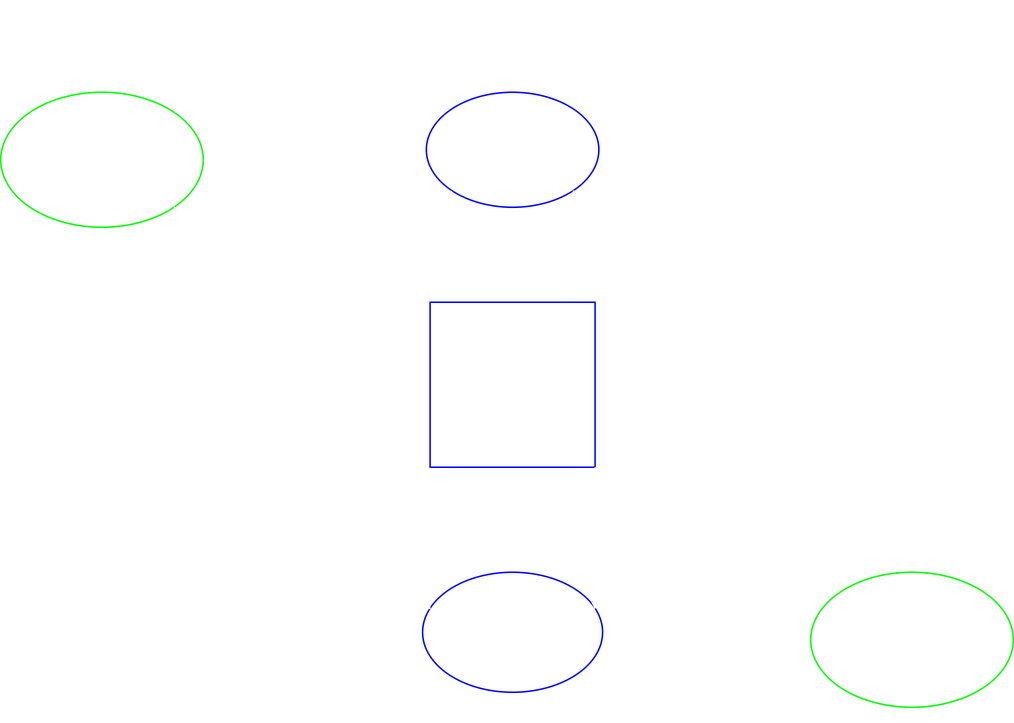
DevilishSasuke/masters_study keeps this draw.io diagram as smart_spaces/smart_spaces_scenario_2.png. Above is the earlier version. Source tidied: cells renumbered, new cells last; positions are measured from the earlier drawing's top-left corner, leaving out a move shared by most shapes.
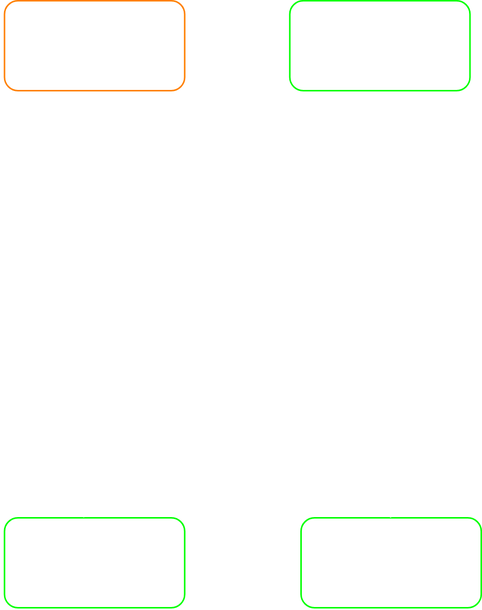
The same diagram one commit later.

Commit message:
reworked part 1 and 2 smart spaces

Change to the diagram source:
```diff
@@ -2,90 +2,68 @@
   <root>
     <mxCell id="0" />
     <mxCell id="1" parent="0" />
-    <mxCell id="2" style="ellipse;whiteSpace=wrap;html=1;fillColor=none;perimeterSpacing=1;" parent="1" vertex="1">
-      <mxGeometry x="220" y="30" width="242.4" height="440" as="geometry" />
-    </mxCell>
-    <mxCell id="3" value="&lt;font style=&quot;font-size: 18px;&quot;&gt;Система мониторинга дорожного покрытия&lt;/font&gt;" style="whiteSpace=wrap;html=1;fillColor=none;strokeColor=light-dark(#000000,#0000FF);" parent="1" vertex="1">
-      <mxGeometry x="286.2" y="190" width="110" height="110" as="geometry" />
+    <mxCell id="3" value="&lt;font style=&quot;font-size: 16px;&quot;&gt;Система мониторинга дорожного покрытия&lt;/font&gt;" style="ellipse;whiteSpace=wrap;html=1;fillColor=none;strokeColor=light-dark(#000000,#FFFFFF);" parent="1" vertex="1">
+      <mxGeometry x="10" y="90" width="292.5" height="195" as="geometry" />
     </mxCell>
-    <mxCell id="4" value="&lt;font style=&quot;font-size: 20px;&quot;&gt;Облачная система&lt;/font&gt;" style="ellipse;whiteSpace=wrap;html=1;fillColor=none;strokeColor=light-dark(#000000,#0000FF);" parent="1" vertex="1">
-      <mxGeometry x="283.7" y="50" width="115" height="76.7" as="geometry" />
-    </mxCell>
-    <mxCell id="5" style="edgeStyle=orthogonalEdgeStyle;rounded=0;jettySize=auto;html=1;exitX=0.136;exitY=-0.011;exitDx=0;exitDy=0;entryX=0;entryY=1;entryDx=0;entryDy=0;exitPerimeter=0;" parent="1" edge="1" source="3" target="4">
-      <mxGeometry relative="1" as="geometry" />
-    </mxCell>
-    <mxCell id="6" style="edgeStyle=orthogonalEdgeStyle;rounded=0;jettySize=auto;html=1;exitX=1;exitY=1;exitDx=0;exitDy=0;entryX=0.869;entryY=-0.003;entryDx=0;entryDy=0;entryPerimeter=0;" parent="1" edge="1" source="4" target="3">
-      <mxGeometry relative="1" as="geometry" />
-    </mxCell>
+    <mxCell id="28" style="edgeStyle=orthogonalEdgeStyle;rounded=0;jettySize=auto;html=1;" parent="1" edge="1" target="10">
+      <mxGeometry relative="1" as="geometry">
+        <mxPoint x="132.5" y="20" as="sourcePoint" />
+      </mxGeometry>
+    </mxCell>
+    <mxCell id="23" value="&lt;font style=&quot;font-size: 25px;&quot;&gt;2&lt;/font&gt;" style="text;html=1;whiteSpace=wrap;strokeColor=none;fillColor=none;align=center;verticalAlign=middle;rounded=0;" parent="1" vertex="1">
+      <mxGeometry x="132.5" y="-10" width="60" height="30" as="geometry" />
+    </mxCell>
+    <mxCell id="29" style="endArrow=classic;html=1;rounded=0;" parent="1" edge="1" source="3" target="10">
+      <mxGeometry relative="1" as="geometry" />
+    </mxCell>
+    <mxCell id="30" style="edgeStyle=orthogonalEdgeStyle;rounded=0;jettySize=auto;html=1;entryX=0.5;entryY=1;entryDx=0;entryDy=0;" parent="1" edge="1" source="7" target="3">
+      <mxGeometry relative="1" as="geometry">
+        <Array as="points">
+          <mxPoint x="156" y="370" />
+          <mxPoint x="156" y="313" />
+        </Array>
+      </mxGeometry>
+    </mxCell>
-    <mxCell id="7" value="&lt;font style=&quot;font-size: 20px;&quot;&gt;Аналитика данных&lt;/font&gt;" style="ellipse;whiteSpace=wrap;html=1;fillColor=none;strokeColor=light-dark(#000000,#0000FF);" parent="1" vertex="1">
-      <mxGeometry x="281.2" y="370" width="120" height="80" as="geometry" />
+    <mxCell id="7" value="&lt;font style=&quot;font-size: 18px;&quot;&gt;Аналитика данных&lt;/font&gt;" style="rounded=1;whiteSpace=wrap;html=1;strokeColor=light-dark(#000000,#00FF00);fillColor=none;" parent="1" vertex="1">
+      <mxGeometry x="12.5" y="335" width="120" height="60" as="geometry" />
     </mxCell>
-    <mxCell id="8" style="edgeStyle=orthogonalEdgeStyle;rounded=0;jettySize=auto;html=1;exitX=0.957;exitY=0.308;exitDx=0;exitDy=0;entryX=1;entryY=1;entryDx=0;entryDy=0;startArrow=classic;startFill=1;endArrow=none;endFill=0;exitPerimeter=0;" parent="1" edge="1" source="7" target="3">
-      <mxGeometry relative="1" as="geometry" />
-    </mxCell>
-    <mxCell id="9" style="edgeStyle=orthogonalEdgeStyle;rounded=0;jettySize=auto;html=1;exitX=0.04;exitY=0.306;exitDx=0;exitDy=0;entryX=0;entryY=1;entryDx=0;entryDy=0;exitPerimeter=0;" parent="1" edge="1" source="7" target="3">
-      <mxGeometry relative="1" as="geometry" />
-    </mxCell>
+    <mxCell id="31" style="edgeStyle=orthogonalEdgeStyle;rounded=0;jettySize=auto;html=1;entryX=0.44;entryY=0;entryDx=0;entryDy=0;entryPerimeter=0;" parent="1" edge="1" source="3" target="7">
+      <mxGeometry relative="1" as="geometry">
+        <Array as="points">
+          <mxPoint x="65" y="310" />
+          <mxPoint x="65" y="310" />
+        </Array>
+      </mxGeometry>
+    </mxCell>
+    <mxCell id="13" value="&lt;font style=&quot;font-size: 25px;&quot;&gt;4&lt;/font&gt;" style="text;html=1;whiteSpace=wrap;strokeColor=none;fillColor=none;align=center;verticalAlign=middle;rounded=0;" parent="1" vertex="1">
+      <mxGeometry x="50" y="285" width="60" height="30" as="geometry" />
+    </mxCell>
+    <mxCell id="15" value="&lt;font style=&quot;font-size: 25px;&quot;&gt;5&lt;/font&gt;" style="text;html=1;whiteSpace=wrap;strokeColor=none;fillColor=none;align=center;verticalAlign=middle;rounded=0;" parent="1" vertex="1">
+      <mxGeometry x="140" y="315" width="60" height="30" as="geometry" />
+    </mxCell>
+    <mxCell id="32" value="&lt;span style=&quot;font-size: 15px;&quot;&gt;Интерактивная карта дефектов&lt;/span&gt;" style="rounded=1;whiteSpace=wrap;html=1;strokeColor=light-dark(#000000,#00FF00);fillColor=none;" parent="1" vertex="1">
+      <mxGeometry x="210" y="335" width="120" height="60" as="geometry" />
+    </mxCell>
+    <mxCell id="18" value="&lt;font style=&quot;font-size: 25px;&quot;&gt;6&lt;/font&gt;" style="text;html=1;whiteSpace=wrap;strokeColor=none;fillColor=none;align=center;verticalAlign=middle;rounded=0;" parent="1" vertex="1">
+      <mxGeometry x="232.5" y="285" width="60" height="30" as="geometry" />
+    </mxCell>
+    <mxCell id="33" style="endArrow=classic;html=1;rounded=0;entryX=0.5;entryY=0;entryDx=0;entryDy=0;" parent="1" edge="1" source="3" target="32">
+      <mxGeometry relative="1" as="geometry" />
+    </mxCell>
+    <mxCell id="34" value="&lt;span style=&quot;font-size: 18px;&quot;&gt;Дрон&lt;/span&gt;" style="rounded=1;whiteSpace=wrap;html=1;strokeColor=light-dark(#000000,#FF8000);fillColor=none;" parent="1" vertex="1">
+      <mxGeometry x="12.5" y="-10" width="120" height="60" as="geometry" />
+    </mxCell>
+    <mxCell id="20" value="&lt;font style=&quot;font-size: 25px;&quot;&gt;1&lt;/font&gt;" style="text;html=1;whiteSpace=wrap;strokeColor=none;fillColor=none;align=center;verticalAlign=middle;rounded=0;" parent="1" vertex="1">
+      <mxGeometry x="180" y="50" width="60" height="30" as="geometry" />
+    </mxCell>
+    <mxCell id="35" style="endArrow=classic;html=1;rounded=0;exitX=0.75;exitY=1;exitDx=0;exitDy=0;entryX=1;entryY=0;entryDx=0;entryDy=0;" parent="1" edge="1" source="10" target="3">
+      <mxGeometry relative="1" as="geometry" />
+    </mxCell>
+    <mxCell id="26" value="&lt;font style=&quot;font-size: 25px;&quot;&gt;3&lt;/font&gt;" style="text;html=1;whiteSpace=wrap;strokeColor=none;fillColor=none;align=center;verticalAlign=middle;rounded=0;" parent="1" vertex="1">
+      <mxGeometry x="262.5" y="70" width="60" height="30" as="geometry" />
+    </mxCell>
-    <mxCell id="10" value="&lt;font style=&quot;font-size: 15px;&quot;&gt;Агент дрона&lt;/font&gt;" style="ellipse;whiteSpace=wrap;html=1;fillColor=none;strokeColor=light-dark(#000000,#00FF00);" parent="1" vertex="1">
-      <mxGeometry y="50" width="135" height="90" as="geometry" />
+    <mxCell id="10" value="&lt;font style=&quot;font-size: 18px;&quot;&gt;Агент &lt;br&gt;дрона&lt;/font&gt;" style="rounded=1;whiteSpace=wrap;html=1;strokeColor=light-dark(#000000,#00FF00);fillColor=none;" parent="1" vertex="1">
+      <mxGeometry x="202.5" y="-10" width="120" height="60" as="geometry" />
     </mxCell>
-    <mxCell id="11" style="endArrow=classic;html=1;rounded=0;entryX=1;entryY=0.5;entryDx=0;entryDy=0;" parent="1" edge="1" source="2" target="10">
-      <mxGeometry relative="1" as="geometry" />
-    </mxCell>
-    <mxCell id="12" value="&lt;font style=&quot;font-size: 15px;&quot;&gt;Агент приложения&lt;/font&gt;" style="ellipse;whiteSpace=wrap;html=1;fillColor=none;strokeColor=light-dark(#000000,#00FF00);" parent="1" vertex="1">
-      <mxGeometry x="540" y="370" width="135" height="90" as="geometry" />
-    </mxCell>
-    <mxCell id="13" value="4" style="text;html=1;whiteSpace=wrap;strokeColor=none;fillColor=none;align=center;verticalAlign=middle;rounded=0;" parent="1" vertex="1">
-      <mxGeometry x="260" y="126.7" width="60" height="30" as="geometry" />
-    </mxCell>
-    <mxCell id="14" value="Сохранение данных в облаке" style="text;html=1;whiteSpace=wrap;strokeColor=none;fillColor=none;align=center;verticalAlign=middle;rounded=0;" parent="1" vertex="1">
-      <mxGeometry x="316.2" y="150" width="50" height="25" as="geometry" />
-    </mxCell>
-    <mxCell id="15" value="5" style="text;html=1;whiteSpace=wrap;strokeColor=none;fillColor=none;align=center;verticalAlign=middle;rounded=0;" parent="1" vertex="1">
-      <mxGeometry x="376.2" y="300" width="60" height="30" as="geometry" />
-    </mxCell>
-    <mxCell id="16" value="Точная сегментация, анализ и прогнозирование" style="text;html=1;whiteSpace=wrap;strokeColor=none;fillColor=none;align=center;verticalAlign=middle;rounded=0;" parent="1" vertex="1">
-      <mxGeometry x="316.2" y="320" width="60" height="30" as="geometry" />
-    </mxCell>
-    <mxCell id="17" style="endArrow=classic;html=1;rounded=0;exitX=1;exitY=0.5;exitDx=0;exitDy=0;entryX=0;entryY=0;entryDx=0;entryDy=0;" parent="1" edge="1" source="2" target="12">
-      <mxGeometry relative="1" as="geometry" />
-    </mxCell>
-    <mxCell id="18" value="6" style="text;html=1;whiteSpace=wrap;strokeColor=none;fillColor=none;align=center;verticalAlign=middle;rounded=0;" parent="1" vertex="1">
-      <mxGeometry x="444" y="270" width="60" height="30" as="geometry" />
-    </mxCell>
-    <mxCell id="19" value="Создание/обновление информации о дефекте,&amp;nbsp;&lt;div&gt;обновление интерактивной карты&lt;/div&gt;" style="text;html=1;whiteSpace=wrap;strokeColor=none;fillColor=none;align=center;verticalAlign=middle;rounded=0;" parent="1" vertex="1">
-      <mxGeometry x="520" y="260" width="60" height="30" as="geometry" />
-    </mxCell>
-    <mxCell id="20" value="1" style="text;html=1;whiteSpace=wrap;strokeColor=none;fillColor=none;align=center;verticalAlign=middle;rounded=0;" parent="1" vertex="1">
-      <mxGeometry x="180" y="120" width="60" height="30" as="geometry" />
-    </mxCell>
-    <mxCell id="21" value="Данные о полёте" style="text;html=1;whiteSpace=wrap;strokeColor=none;fillColor=none;align=center;verticalAlign=middle;rounded=0;" parent="1" vertex="1">
-      <mxGeometry x="160" y="80" width="60" height="30" as="geometry" />
-    </mxCell>
-    <mxCell id="22" style="curved=1;endArrow=classic;html=1;rounded=0;exitX=0.77;exitY=0.071;exitDx=0;exitDy=0;exitPerimeter=0;entryX=0;entryY=0;entryDx=0;entryDy=0;" parent="1" edge="1" source="10" target="10">
-      <mxGeometry relative="1" as="geometry">
-        <Array as="points">
-          <mxPoint x="110" y="50" />
-          <mxPoint x="100" y="10" />
-          <mxPoint x="60" />
-          <mxPoint x="20" y="20" />
-        </Array>
-      </mxGeometry>
-    </mxCell>
-    <mxCell id="23" value="2" style="text;html=1;whiteSpace=wrap;strokeColor=none;fillColor=none;align=center;verticalAlign=middle;rounded=0;" parent="1" vertex="1">
-      <mxGeometry x="10" y="20" width="60" height="30" as="geometry" />
-    </mxCell>
-    <mxCell id="24" value="Сбор кадров и телеметрии во время полета" style="text;html=1;whiteSpace=wrap;strokeColor=none;fillColor=none;align=center;verticalAlign=middle;rounded=0;" parent="1" vertex="1">
-      <mxGeometry x="110" y="10" width="60" height="30" as="geometry" />
-    </mxCell>
-    <mxCell id="25" style="endArrow=classic;html=1;rounded=0;entryX=0.004;entryY=0.41;entryDx=0;entryDy=0;exitX=1;exitY=1;exitDx=0;exitDy=0;entryPerimeter=0;" parent="1" edge="1" source="10" target="2">
-      <mxGeometry relative="1" as="geometry" />
-    </mxCell>
-    <mxCell id="26" value="3" style="text;html=1;whiteSpace=wrap;strokeColor=none;fillColor=none;align=center;verticalAlign=middle;rounded=0;" parent="1" vertex="1">
-      <mxGeometry x="80" y="126.7" width="60" height="30" as="geometry" />
-    </mxCell>
-    <mxCell id="27" value="Передача собранных данных" style="text;html=1;whiteSpace=wrap;strokeColor=none;fillColor=none;align=center;verticalAlign=middle;rounded=0;" parent="1" vertex="1">
-      <mxGeometry x="110" y="175" width="60" height="30" as="geometry" />
-    </mxCell>
   </root>
 </mxGraphModel>
```
